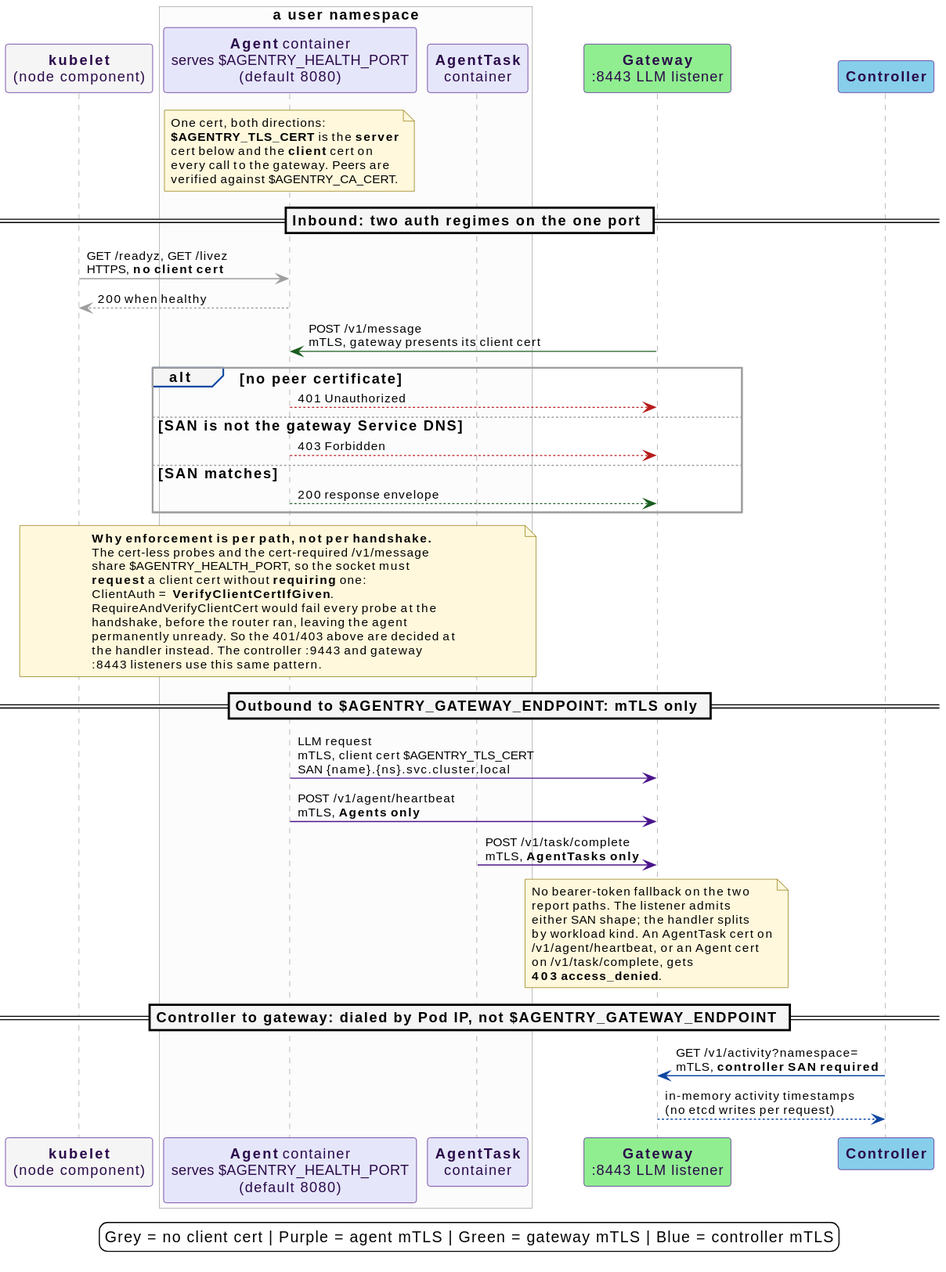
Before: docs/src/diagrams/agent-gateway-comms.svg, a diagram exported from PlantUML (win07xp/kaalm).
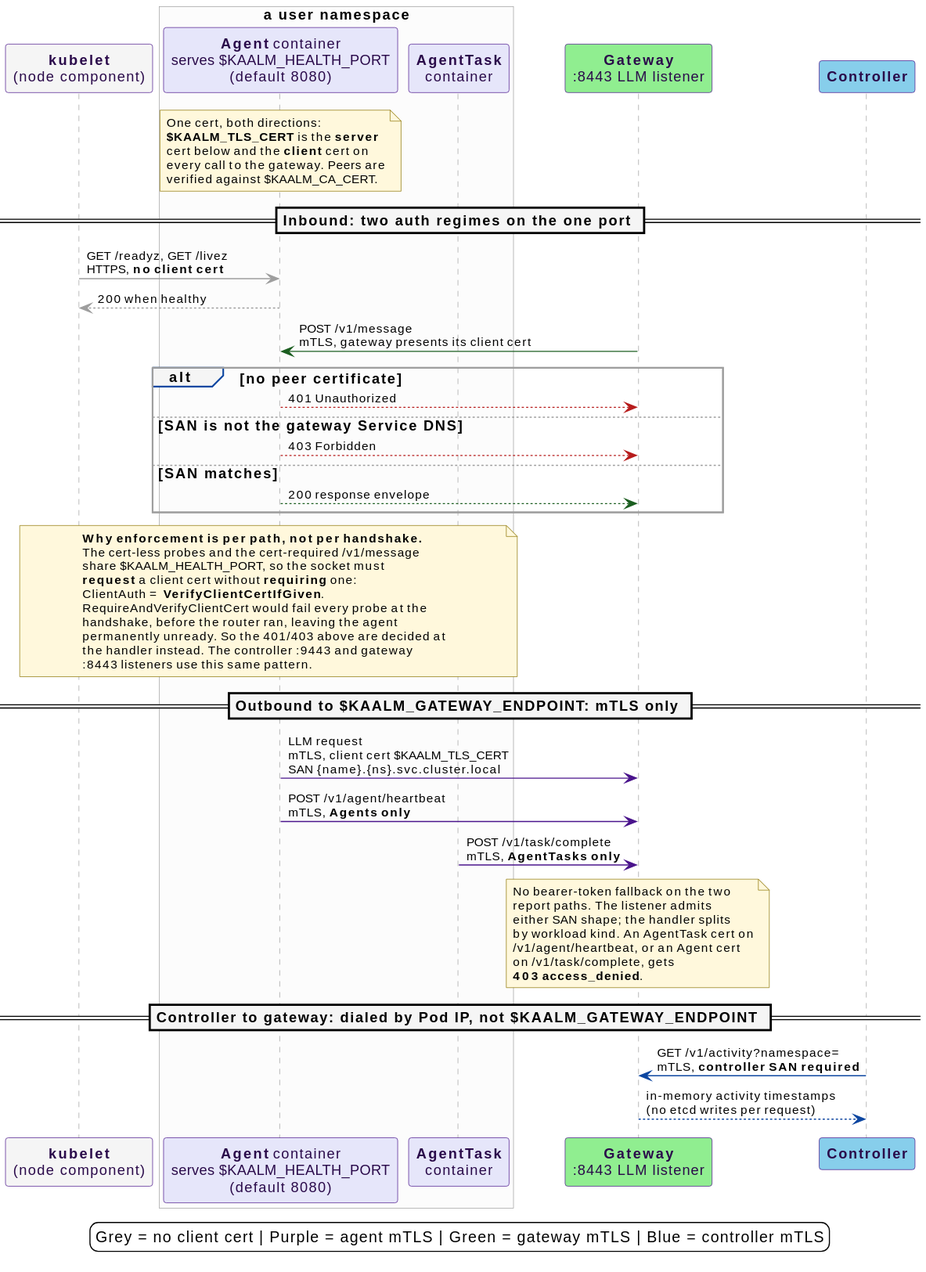
Later version of the same file.

What changed in the source:
```diff
@@ -6,7 +6,7 @@
 participant "**kubelet**\n(node component)" as kubelet $mutedBg
 
 box "a user namespace" #FCFCFC
-  participant "**Agent** container\nserves $AGENTRY_HEALTH_PORT\n(default 8080)" as agent $agentBg
+  participant "**Agent** container\nserves $KAALM_HEALTH_PORT\n(default 8080)" as agent $agentBg
   participant "**AgentTask**\ncontainer" as task $agentBg
 end box
 
@@ -15,10 +15,10 @@
 
 note over agent
   One cert, both directions:
-  **$AGENTRY_TLS_CERT** is the **server**
+  **$KAALM_TLS_CERT** is the **server**
   cert below and the **client** cert on
   every call to the gateway. Peers are
-  verified against $AGENTRY_CA_CERT.
+  verified against $KAALM_CA_CERT.
 end note
 
 == Inbound: two auth regimes on the one port ==
@@ -38,7 +38,7 @@
 note over kubelet, task
   **Why enforcement is per path, not per handshake.**
   The cert-less probes and the cert-required /v1/message
-  share $AGENTRY_HEALTH_PORT, so the socket must
+  share $KAALM_HEALTH_PORT, so the socket must
   **request** a client cert without **requiring** one:
   ClientAuth = **VerifyClientCertIfGiven**.
   RequireAndVerifyClientCert would fail every probe at the
@@ -48,9 +48,9 @@
   :8443 listeners use this same pattern.
 end note
 
-== Outbound to $AGENTRY_GATEWAY_ENDPOINT: mTLS only ==
+== Outbound to $KAALM_GATEWAY_ENDPOINT: mTLS only ==
 
-agent -[#4A148C]> gw : LLM request\nmTLS, client cert $AGENTRY_TLS_CERT\nSAN {name}.{ns}.svc.cluster.local
+agent -[#4A148C]> gw : LLM request\nmTLS, client cert $KAALM_TLS_CERT\nSAN {name}.{ns}.svc.cluster.local
 agent -[#4A148C]> gw : POST /v1/agent/heartbeat\nmTLS, **Agents only**
 task -[#4A148C]> gw : POST /v1/task/complete\nmTLS, **AgentTasks only**
 
@@ -64,7 +64,7 @@
   **403 access_denied**.
 end note
 
-== Controller to gateway: dialed by Pod IP, not $AGENTRY_GATEWAY_ENDPOINT ==
+== Controller to gateway: dialed by Pod IP, not $KAALM_GATEWAY_ENDPOINT ==
 
 ctrl -[#0D47A1]> gw : GET /v1/activity?namespace=\nmTLS, **controller SAN required**
 gw -[#0D47A1]-> ctrl : in-memory activity timestamps\n(no etcd writes per request)
```
